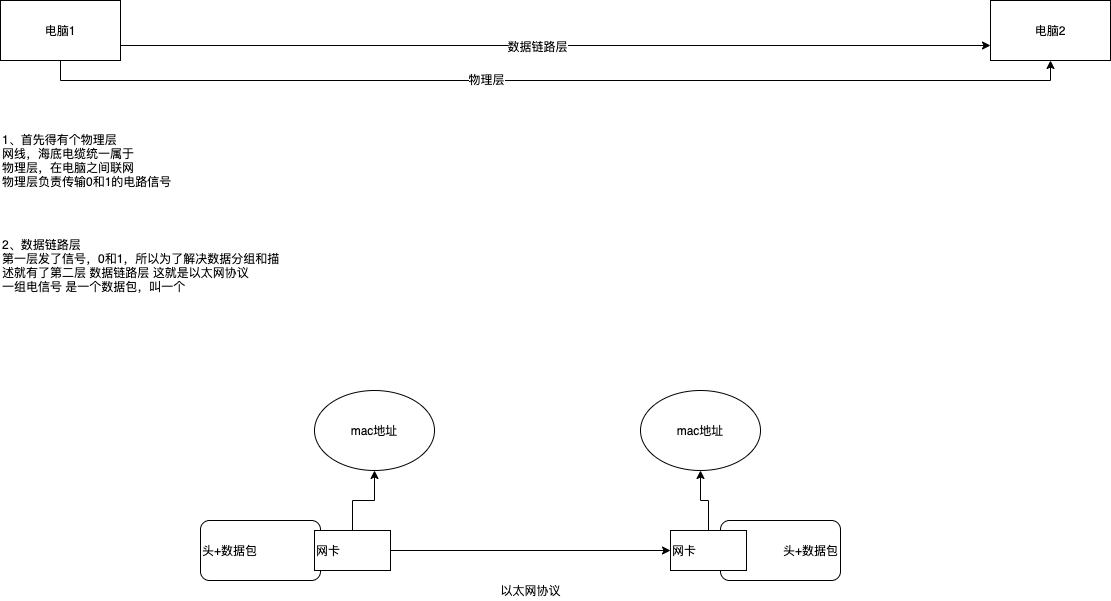
Earlier version of the draw.io export cs/tcp-ip-model.png (sivanbil/architecthure-diagram). Source tidied: cells renumbered, new cells last; positions are measured from the earlier drawing's top-left corner, leaving out a move shared by most shapes.
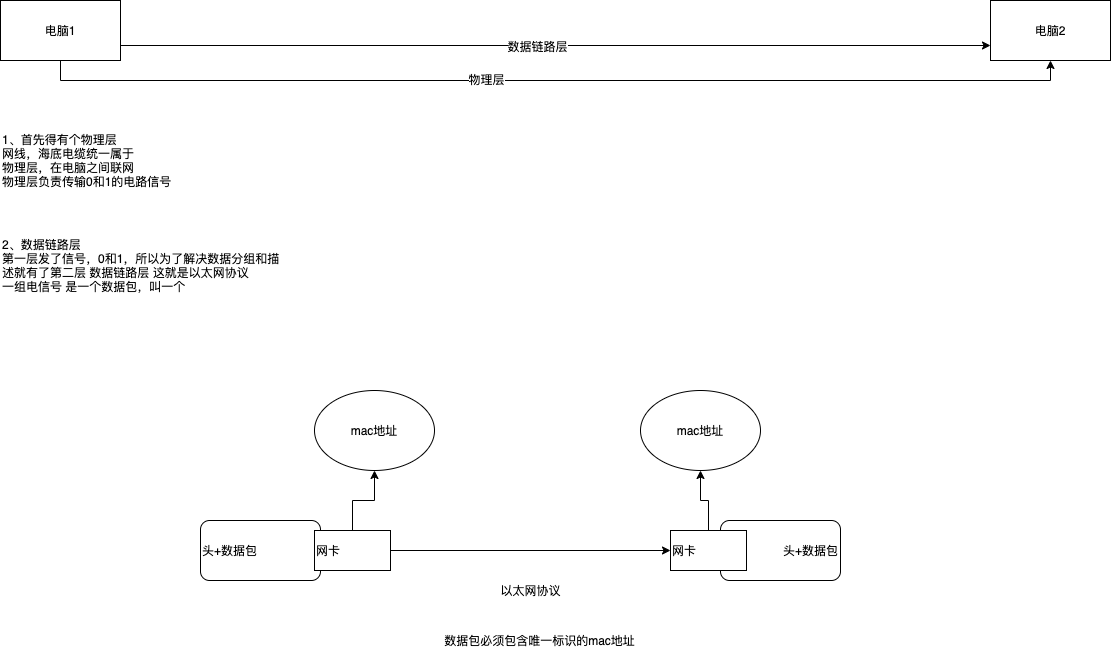
After the change.

What changed in the source:
```diff
@@ -56,5 +56,8 @@
     <mxCell id="19" value="以太网协议" style="text;html=1;align=center;verticalAlign=middle;strokeColor=none;" parent="1" vertex="1">
       <mxGeometry x="490" y="580" width="80" height="20" as="geometry" />
     </mxCell>
+    <mxCell id="20" value="数据包必须包含唯一标识的mac地址" style="text;html=1;align=center;verticalAlign=middle;strokeColor=none;" parent="1" vertex="1">
+      <mxGeometry x="434" y="630" width="210" height="20" as="geometry" />
+    </mxCell>
   </root>
 </mxGraphModel>
```
